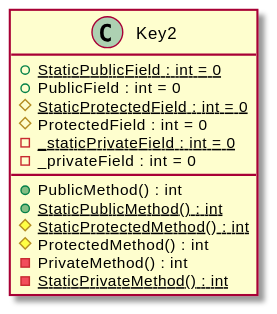
This is uml/Keys/FullKey.svg from claremacrae/RefactoringSamples, a PlantUML export, as it was before one commit. Its diagram source:
```plantuml
@startuml
class Key2 {
    + {static} StaticPublicField : int = 0
    + PublicField : int = 0
    # {static} StaticProtectedField : int = 0
    # ProtectedField : int = 0
    - {static} _staticPrivateField : int = 0
    - _privateField : int = 0
    + PublicMethod() : int
    + {static} StaticPublicMethod() : int
    # {static} StaticProtectedMethod() : int
    # ProtectedMethod() : int
    - PrivateMethod() : int
    - {static} StaticPrivateMethod() : int
}
@enduml
```
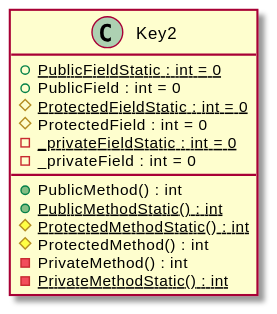
After the commit.

Commit message:
Make patterns in Key easier to see, by moving Static to end of symbols

Diff of the diagram source:
```diff
@@ -1,16 +1,16 @@
 @startuml
 class Key2 {
-    + {static} StaticPublicField : int = 0
+    + {static} PublicFieldStatic : int = 0
     + PublicField : int = 0
-    # {static} StaticProtectedField : int = 0
+    # {static} ProtectedFieldStatic : int = 0
     # ProtectedField : int = 0
-    - {static} _staticPrivateField : int = 0
+    - {static} _privateFieldStatic : int = 0
     - _privateField : int = 0
     + PublicMethod() : int
-    + {static} StaticPublicMethod() : int
-    # {static} StaticProtectedMethod() : int
+    + {static} PublicMethodStatic() : int
+    # {static} ProtectedMethodStatic() : int
     # ProtectedMethod() : int
     - PrivateMethod() : int
-    - {static} StaticPrivateMethod() : int
+    - {static} PrivateMethodStatic() : int
 }
 @enduml
```
